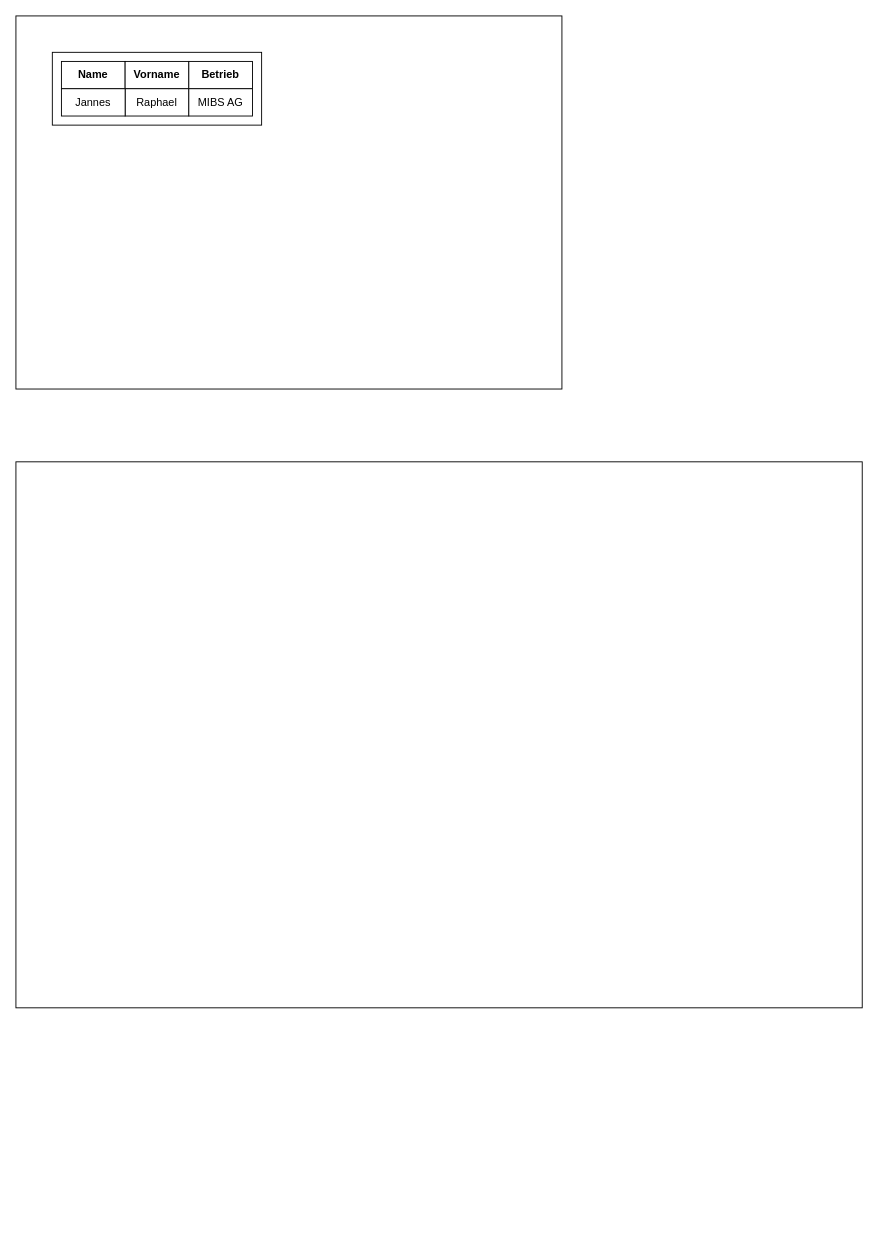
Raaphaaa/UI5-Playground keeps this draw.io diagram as Mockup.drawio. Above is the earlier version. Source tidied: cells renumbered, new cells numbered last; positions are measured from the earlier drawing's top-left corner, leaving out a move shared by most shapes. Both pictures are drawn from the tidied source at 91%, with x=0, y=0 at pixel (15, 15).
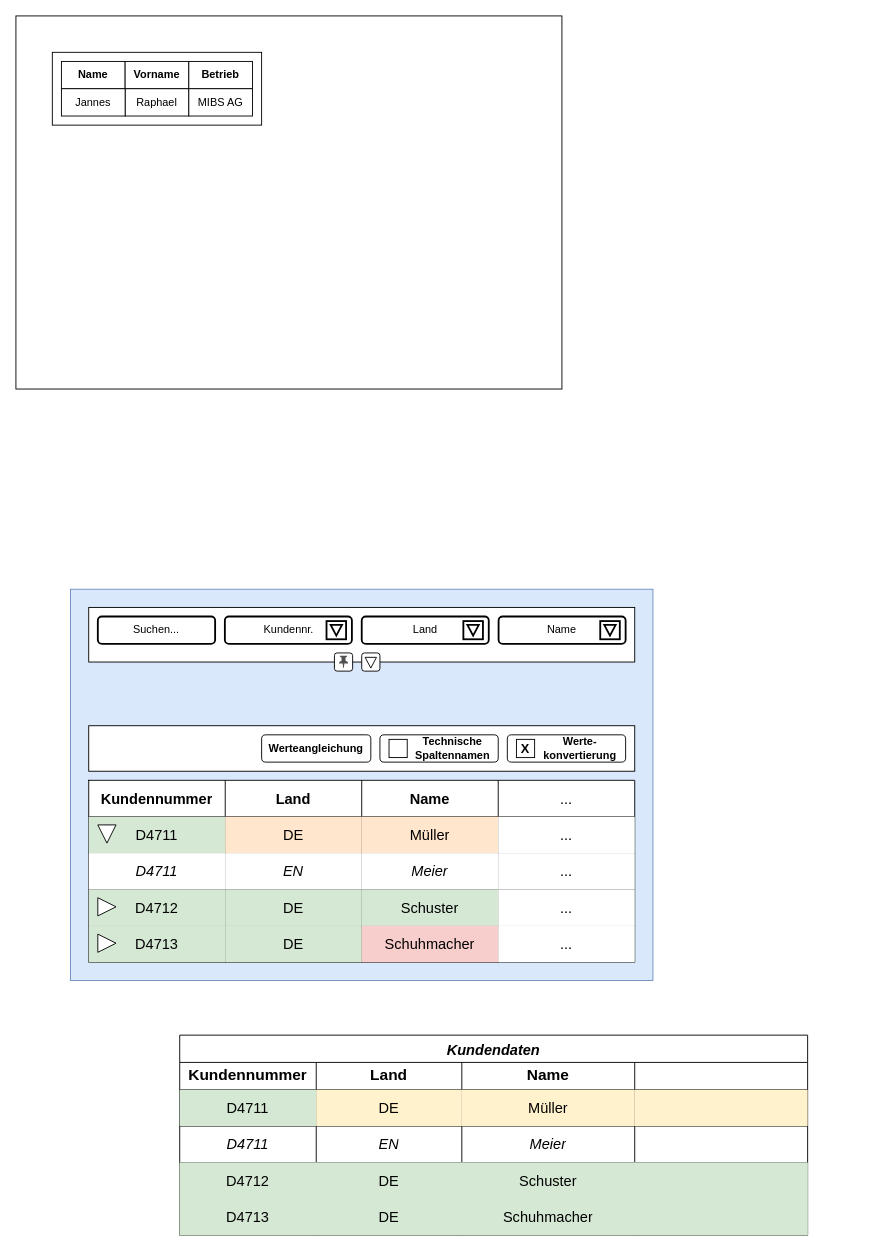
The same diagram, later.

What changed in the source:
```diff
@@
+    <mxCell id="11" style="rounded=0;whiteSpace=wrap;html=1;fillColor=#dae8fc;strokeColor=#6c8ebf;" parent="1" vertex="1">
+      <mxGeometry x="60" y="630" width="640" height="430" as="geometry" />
+    </mxCell>
@@
-    <mxCell id="10" style="rounded=0;whiteSpace=wrap;html=1;" parent="1" vertex="1">
-      <mxGeometry y="490" width="930" height="600" as="geometry" />
-    </mxCell>
+    <mxCell id="12" value="Kundendaten" style="shape=table;startSize=30;childLayout=tableLayout;fontSize=16;rounded=0;labelPosition=center;verticalLabelPosition=middle;align=center;verticalAlign=middle;fontStyle=3;" parent="1" vertex="1">
+      <mxGeometry x="180" y="1120" width="690" height="220" as="geometry" />
+    </mxCell>
+    <mxCell id="13" style="shape=tableRow;horizontal=0;startSize=0;swimlaneHead=0;swimlaneBody=0;top=0;left=0;bottom=0;right=0;fontSize=17;fontStyle=1;fillColor=none;" parent="12" vertex="1">
+      <mxGeometry y="30" width="690" height="30" as="geometry" />
+    </mxCell>
+    <mxCell id="14" value="Kundennummer" style="shape=partialRectangle;html=1;whiteSpace=wrap;overflow=hidden;top=0;left=0;bottom=0;right=0;fontSize=17;fontStyle=1;fillColor=none;" parent="13" vertex="1">
+      <mxGeometry width="150" height="30" as="geometry" />
+    </mxCell>
+    <mxCell id="15" value="Land" style="shape=partialRectangle;html=1;whiteSpace=wrap;overflow=hidden;top=0;left=0;bottom=0;right=0;fontSize=17;fontStyle=1;fillColor=none;" parent="13" vertex="1">
+      <mxGeometry x="150" width="160" height="30" as="geometry" />
+    </mxCell>
+    <mxCell id="16" value="Name" style="shape=partialRectangle;html=1;whiteSpace=wrap;overflow=hidden;top=0;left=0;bottom=0;right=0;fontSize=17;fontStyle=1;fillColor=none;" parent="13" vertex="1">
+      <mxGeometry x="310" width="190" height="30" as="geometry" />
+    </mxCell>
+    <mxCell id="17" style="shape=partialRectangle;html=1;whiteSpace=wrap;overflow=hidden;top=0;left=0;bottom=0;right=0;fontSize=17;fontStyle=1;fillColor=none;" parent="13" vertex="1">
+      <mxGeometry x="500" width="190" height="30" as="geometry" />
+    </mxCell>
+    <mxCell id="18" style="shape=tableRow;horizontal=0;startSize=0;swimlaneHead=0;swimlaneBody=0;strokeColor=inherit;top=0;left=0;bottom=0;right=0;fillColor=none;fontSize=16;" parent="12" vertex="1">
+      <mxGeometry y="60" width="690" height="40" as="geometry" />
+    </mxCell>
+    <mxCell id="19" value="D4711" style="shape=partialRectangle;html=1;whiteSpace=wrap;strokeColor=#82b366;overflow=hidden;fillColor=#d5e8d4;top=0;left=0;bottom=0;right=0;fontSize=16;" parent="18" vertex="1">
+      <mxGeometry width="150" height="40" as="geometry" />
+    </mxCell>
+    <mxCell id="20" value="DE" style="shape=partialRectangle;html=1;whiteSpace=wrap;strokeColor=#d6b656;overflow=hidden;fillColor=#fff2cc;top=0;left=0;bottom=0;right=0;fontSize=16;" parent="18" vertex="1">
+      <mxGeometry x="150" width="160" height="40" as="geometry" />
+    </mxCell>
+    <mxCell id="21" value="Müller" style="shape=partialRectangle;html=1;whiteSpace=wrap;strokeColor=#97D077;overflow=hidden;fillColor=#fff2cc;top=0;left=0;bottom=0;right=0;fontSize=16;labelBorderColor=none;" parent="18" vertex="1">
+      <mxGeometry x="310" width="190" height="40" as="geometry" />
+    </mxCell>
+    <mxCell id="22" style="shape=partialRectangle;html=1;whiteSpace=wrap;strokeColor=#97D077;overflow=hidden;fillColor=#fff2cc;top=0;left=0;bottom=0;right=0;fontSize=16;labelBorderColor=none;" parent="18" vertex="1">
+      <mxGeometry x="500" width="190" height="40" as="geometry" />
+    </mxCell>
+    <mxCell id="23" style="shape=tableRow;horizontal=0;startSize=0;swimlaneHead=0;swimlaneBody=0;strokeColor=inherit;top=0;left=0;bottom=0;right=0;fillColor=none;fontSize=16;fontStyle=2;" parent="12" vertex="1">
+      <mxGeometry y="100" width="690" height="40" as="geometry" />
+    </mxCell>
+    <mxCell id="24" value="D4711" style="shape=partialRectangle;html=1;whiteSpace=wrap;strokeColor=inherit;overflow=hidden;fillColor=none;top=0;left=0;bottom=0;right=0;fontSize=16;fontStyle=2;" parent="23" vertex="1">
+      <mxGeometry width="150" height="40" as="geometry" />
+    </mxCell>
+    <mxCell id="25" value="EN" style="shape=partialRectangle;html=1;whiteSpace=wrap;strokeColor=inherit;overflow=hidden;fillColor=none;top=0;left=0;bottom=0;right=0;fontSize=16;fontStyle=2;" parent="23" vertex="1">
+      <mxGeometry x="150" width="160" height="40" as="geometry" />
+    </mxCell>
+    <mxCell id="26" value="Meier" style="shape=partialRectangle;html=1;whiteSpace=wrap;strokeColor=inherit;overflow=hidden;fillColor=none;top=0;left=0;bottom=0;right=0;fontSize=16;fontStyle=2;" parent="23" vertex="1">
+      <mxGeometry x="310" width="190" height="40" as="geometry" />
+    </mxCell>
+    <mxCell id="27" style="shape=partialRectangle;html=1;whiteSpace=wrap;strokeColor=inherit;overflow=hidden;fillColor=none;top=0;left=0;bottom=0;right=0;fontSize=16;fontStyle=2;" parent="23" vertex="1">
+      <mxGeometry x="500" width="190" height="40" as="geometry" />
+    </mxCell>
+    <mxCell id="28" style="shape=tableRow;horizontal=0;startSize=0;swimlaneHead=0;swimlaneBody=0;strokeColor=#82b366;top=0;left=0;bottom=0;right=0;fillColor=#d5e8d4;fontSize=16;" parent="12" vertex="1">
+      <mxGeometry y="140" width="690" height="40" as="geometry" />
+    </mxCell>
+    <mxCell id="29" value="D4712" style="shape=partialRectangle;html=1;whiteSpace=wrap;strokeColor=#82b366;overflow=hidden;fillColor=#d5e8d4;top=0;left=0;bottom=0;right=0;fontSize=16;" parent="28" vertex="1">
+      <mxGeometry width="150" height="40" as="geometry" />
+    </mxCell>
+    <mxCell id="30" value="DE" style="shape=partialRectangle;html=1;whiteSpace=wrap;strokeColor=#82b366;overflow=hidden;fillColor=#d5e8d4;top=0;left=0;bottom=0;right=0;fontSize=16;" parent="28" vertex="1">
+      <mxGeometry x="150" width="160" height="40" as="geometry" />
+    </mxCell>
+    <mxCell id="31" value="Schuster" style="shape=partialRectangle;html=1;whiteSpace=wrap;strokeColor=#82b366;overflow=hidden;fillColor=#d5e8d4;top=0;left=0;bottom=0;right=0;fontSize=16;" parent="28" vertex="1">
+      <mxGeometry x="310" width="190" height="40" as="geometry" />
+    </mxCell>
+    <mxCell id="32" style="shape=partialRectangle;html=1;whiteSpace=wrap;strokeColor=#82b366;overflow=hidden;fillColor=#d5e8d4;top=0;left=0;bottom=0;right=0;fontSize=16;" parent="28" vertex="1">
+      <mxGeometry x="500" width="190" height="40" as="geometry" />
+    </mxCell>
+    <mxCell id="33" style="shape=tableRow;horizontal=0;startSize=0;swimlaneHead=0;swimlaneBody=0;strokeColor=#82b366;top=0;left=0;bottom=0;right=0;fillColor=#d5e8d4;fontSize=16;" parent="12" vertex="1">
+      <mxGeometry y="180" width="690" height="40" as="geometry" />
+    </mxCell>
+    <mxCell id="34" value="D4713" style="shape=partialRectangle;html=1;whiteSpace=wrap;strokeColor=#82b366;overflow=hidden;fillColor=#d5e8d4;top=0;left=0;bottom=0;right=0;fontSize=16;" parent="33" vertex="1">
+      <mxGeometry width="150" height="40" as="geometry" />
+    </mxCell>
+    <mxCell id="35" value="DE" style="shape=partialRectangle;html=1;whiteSpace=wrap;strokeColor=#82b366;overflow=hidden;fillColor=#d5e8d4;top=0;left=0;bottom=0;right=0;fontSize=16;" parent="33" vertex="1">
+      <mxGeometry x="150" width="160" height="40" as="geometry" />
+    </mxCell>
+    <mxCell id="36" value="Schuhmacher" style="shape=partialRectangle;html=1;whiteSpace=wrap;strokeColor=#82b366;overflow=hidden;fillColor=#d5e8d4;top=0;left=0;bottom=0;right=0;fontSize=16;" parent="33" vertex="1">
+      <mxGeometry x="310" width="190" height="40" as="geometry" />
+    </mxCell>
+    <mxCell id="37" style="shape=partialRectangle;html=1;whiteSpace=wrap;strokeColor=#82b366;overflow=hidden;fillColor=#d5e8d4;top=0;left=0;bottom=0;right=0;fontSize=16;" parent="33" vertex="1">
+      <mxGeometry x="500" width="190" height="40" as="geometry" />
+    </mxCell>
+    <mxCell id="38" style="shape=table;startSize=0;childLayout=tableLayout;fontSize=16;swimlaneFillColor=none;rounded=0;" parent="1" vertex="1">
+      <mxGeometry x="80" y="840" width="600" height="200" as="geometry" />
+    </mxCell>
+    <mxCell id="39" style="shape=tableRow;horizontal=0;startSize=0;swimlaneHead=0;swimlaneBody=0;strokeColor=inherit;top=0;left=0;bottom=0;right=0;fillColor=none;fontSize=16;" parent="38" vertex="1">
+      <mxGeometry width="600" height="40" as="geometry" />
+    </mxCell>
+    <mxCell id="40" value="Kundennummer" style="shape=partialRectangle;html=1;whiteSpace=wrap;strokeColor=inherit;overflow=hidden;fillColor=none;top=0;left=0;bottom=0;right=0;fontSize=16;fontStyle=1;" parent="39" vertex="1">
+      <mxGeometry width="150" height="40" as="geometry" />
+    </mxCell>
+    <mxCell id="41" value="Land" style="shape=partialRectangle;html=1;whiteSpace=wrap;strokeColor=inherit;overflow=hidden;fillColor=none;top=0;left=0;bottom=0;right=0;fontSize=16;fontStyle=1;" parent="39" vertex="1">
+      <mxGeometry x="150" width="150" height="40" as="geometry" />
+    </mxCell>
+    <mxCell id="42" value="Name" style="shape=partialRectangle;html=1;whiteSpace=wrap;strokeColor=inherit;overflow=hidden;fillColor=none;top=0;left=0;bottom=0;right=0;fontSize=16;fontStyle=1;" parent="39" vertex="1">
+      <mxGeometry x="300" width="150" height="40" as="geometry" />
+    </mxCell>
+    <mxCell id="43" value="..." style="shape=partialRectangle;html=1;whiteSpace=wrap;strokeColor=inherit;overflow=hidden;fillColor=none;top=0;left=0;bottom=0;right=0;fontSize=16;" parent="39" vertex="1">
+      <mxGeometry x="450" width="150" height="40" as="geometry" />
+    </mxCell>
+    <mxCell id="44" style="shape=tableRow;horizontal=0;startSize=0;swimlaneHead=0;swimlaneBody=0;strokeColor=inherit;top=0;left=0;bottom=0;right=0;fillColor=none;fontSize=16;" parent="38" vertex="1">
+      <mxGeometry y="40" width="600" height="40" as="geometry" />
+    </mxCell>
+    <mxCell id="45" value="D4711" style="shape=partialRectangle;html=1;whiteSpace=wrap;strokeColor=#82b366;overflow=hidden;fillColor=#d5e8d4;top=0;left=0;bottom=0;right=0;fontSize=16;" parent="44" vertex="1">
+      <mxGeometry width="150" height="40" as="geometry" />
+    </mxCell>
+    <mxCell id="46" value="DE" style="shape=partialRectangle;html=1;whiteSpace=wrap;strokeColor=#d79b00;overflow=hidden;fillColor=#ffe6cc;top=0;left=0;bottom=0;right=0;fontSize=16;" parent="44" vertex="1">
+      <mxGeometry x="150" width="150" height="40" as="geometry" />
+    </mxCell>
+    <mxCell id="47" value="Müller" style="shape=partialRectangle;html=1;whiteSpace=wrap;strokeColor=#d79b00;overflow=hidden;fillColor=#ffe6cc;top=0;left=0;bottom=0;right=0;fontSize=16;" parent="44" vertex="1">
+      <mxGeometry x="300" width="150" height="40" as="geometry" />
+    </mxCell>
+    <mxCell id="48" value="..." style="shape=partialRectangle;html=1;whiteSpace=wrap;overflow=hidden;top=0;left=0;bottom=0;right=0;fontSize=16;" parent="44" vertex="1">
+      <mxGeometry x="450" width="150" height="40" as="geometry" />
+    </mxCell>
+    <mxCell id="49" style="shape=tableRow;horizontal=0;startSize=0;swimlaneHead=0;swimlaneBody=0;strokeColor=inherit;top=0;left=0;bottom=0;right=0;fillColor=none;fontSize=16;" parent="38" vertex="1">
+      <mxGeometry y="80" width="600" height="40" as="geometry" />
+    </mxCell>
+    <mxCell id="50" value="D4711" style="shape=partialRectangle;html=1;whiteSpace=wrap;overflow=hidden;top=0;left=0;bottom=0;right=0;fontSize=16;fontStyle=2;" parent="49" vertex="1">
+      <mxGeometry width="150" height="40" as="geometry" />
+    </mxCell>
+    <mxCell id="51" value="EN" style="shape=partialRectangle;html=1;whiteSpace=wrap;overflow=hidden;top=0;left=0;bottom=0;right=0;fontSize=16;fontStyle=2;" parent="49" vertex="1">
+      <mxGeometry x="150" width="150" height="40" as="geometry" />
+    </mxCell>
+    <mxCell id="52" value="Meier" style="shape=partialRectangle;html=1;whiteSpace=wrap;overflow=hidden;top=0;left=0;bottom=0;right=0;fontSize=16;fontStyle=2;" parent="49" vertex="1">
+      <mxGeometry x="300" width="150" height="40" as="geometry" />
+    </mxCell>
+    <mxCell id="53" value="..." style="shape=partialRectangle;html=1;whiteSpace=wrap;overflow=hidden;top=0;left=0;bottom=0;right=0;fontSize=16;" parent="49" vertex="1">
+      <mxGeometry x="450" width="150" height="40" as="geometry" />
+    </mxCell>
+    <mxCell id="54" style="shape=tableRow;horizontal=0;startSize=0;swimlaneHead=0;swimlaneBody=0;strokeColor=inherit;top=0;left=0;bottom=0;right=0;fillColor=none;fontSize=16;" parent="38" vertex="1">
+      <mxGeometry y="120" width="600" height="40" as="geometry" />
+    </mxCell>
+    <mxCell id="55" value="D4712" style="shape=partialRectangle;html=1;whiteSpace=wrap;strokeColor=#82b366;overflow=hidden;fillColor=#d5e8d4;top=0;left=0;bottom=0;right=0;fontSize=16;" parent="54" vertex="1">
+      <mxGeometry width="150" height="40" as="geometry" />
+    </mxCell>
+    <mxCell id="56" value="DE" style="shape=partialRectangle;html=1;whiteSpace=wrap;strokeColor=#82b366;overflow=hidden;fillColor=#d5e8d4;top=0;left=0;bottom=0;right=0;fontSize=16;" parent="54" vertex="1">
+      <mxGeometry x="150" width="150" height="40" as="geometry" />
+    </mxCell>
+    <mxCell id="57" value="Schuster" style="shape=partialRectangle;html=1;whiteSpace=wrap;strokeColor=#82b366;overflow=hidden;fillColor=#d5e8d4;top=0;left=0;bottom=0;right=0;fontSize=16;" parent="54" vertex="1">
+      <mxGeometry x="300" width="150" height="40" as="geometry" />
+    </mxCell>
+    <mxCell id="58" value="..." style="shape=partialRectangle;html=1;whiteSpace=wrap;overflow=hidden;top=0;left=0;bottom=0;right=0;fontSize=16;" parent="54" vertex="1">
+      <mxGeometry x="450" width="150" height="40" as="geometry" />
+    </mxCell>
+    <mxCell id="59" style="shape=tableRow;horizontal=0;startSize=0;swimlaneHead=0;swimlaneBody=0;strokeColor=inherit;top=0;left=0;bottom=0;right=0;fillColor=none;fontSize=16;" parent="38" vertex="1">
+      <mxGeometry y="160" width="600" height="40" as="geometry" />
+    </mxCell>
+    <mxCell id="60" value="D4713" style="shape=partialRectangle;html=1;whiteSpace=wrap;strokeColor=#82b366;overflow=hidden;fillColor=#d5e8d4;top=0;left=0;bottom=0;right=0;fontSize=16;" parent="59" vertex="1">
+      <mxGeometry width="150" height="40" as="geometry" />
+    </mxCell>
+    <mxCell id="61" value="DE" style="shape=partialRectangle;html=1;whiteSpace=wrap;strokeColor=#82b366;overflow=hidden;fillColor=#d5e8d4;top=0;left=0;bottom=0;right=0;fontSize=16;" parent="59" vertex="1">
+      <mxGeometry x="150" width="150" height="40" as="geometry" />
+    </mxCell>
+    <mxCell id="62" value="Schuhmacher" style="shape=partialRectangle;html=1;whiteSpace=wrap;strokeColor=#b85450;overflow=hidden;fillColor=#f8cecc;top=0;left=0;bottom=0;right=0;fontSize=16;" parent="59" vertex="1">
+      <mxGeometry x="300" width="150" height="40" as="geometry" />
+    </mxCell>
+    <mxCell id="63" value="..." style="shape=partialRectangle;html=1;whiteSpace=wrap;overflow=hidden;top=0;left=0;bottom=0;right=0;fontSize=16;" parent="59" vertex="1">
+      <mxGeometry x="450" width="150" height="40" as="geometry" />
+    </mxCell>
+    <mxCell id="64" style="triangle;whiteSpace=wrap;html=1;rotation=90;" parent="1" vertex="1">
+      <mxGeometry x="90" y="889" width="20" height="20" as="geometry" />
+    </mxCell>
+    <mxCell id="65" style="triangle;whiteSpace=wrap;html=1;rotation=0;" parent="1" vertex="1">
+      <mxGeometry x="90" y="969" width="20" height="20" as="geometry" />
+    </mxCell>
+    <mxCell id="66" style="triangle;whiteSpace=wrap;html=1;rotation=0;" parent="1" vertex="1">
+      <mxGeometry x="90" y="1009" width="20" height="20" as="geometry" />
+    </mxCell>
+    <mxCell id="67" style="group;" parent="1" vertex="1">
+      <mxGeometry x="80" y="780" width="600" height="50" as="geometry" />
+    </mxCell>
+    <mxCell id="68" style="rounded=0;whiteSpace=wrap;html=1;" parent="67" vertex="1">
+      <mxGeometry width="600" height="50" as="geometry" />
+    </mxCell>
+    <mxCell id="69" style="group;" parent="67" vertex="1">
+      <mxGeometry x="200" y="10" width="390" height="30" as="geometry" />
+    </mxCell>
+    <mxCell id="70" value="&lt;b&gt;Werteangleichung&lt;/b&gt;" style="rounded=1;whiteSpace=wrap;html=1;" parent="69" vertex="1">
+      <mxGeometry x="-10" width="120" height="30" as="geometry" />
+    </mxCell>
+    <mxCell id="71" style="group;" parent="69" vertex="1">
+      <mxGeometry x="120" width="130" height="30" as="geometry" />
+    </mxCell>
+    <mxCell id="72" style="rounded=1;whiteSpace=wrap;html=1;" parent="71" vertex="1">
+      <mxGeometry width="130" height="30" as="geometry" />
+    </mxCell>
+    <mxCell id="73" style="rounded=0;whiteSpace=wrap;html=1;" parent="71" vertex="1">
+      <mxGeometry x="10" y="5" width="20" height="20" as="geometry" />
+    </mxCell>
+    <mxCell id="74" value="&lt;b&gt;Technische Spaltennamen&lt;/b&gt;" style="text;html=1;whiteSpace=wrap;strokeColor=none;fillColor=none;align=center;verticalAlign=middle;rounded=0;" parent="71" vertex="1">
+      <mxGeometry x="30" width="100" height="30" as="geometry" />
+    </mxCell>
+    <mxCell id="75" style="group;" parent="69" vertex="1">
+      <mxGeometry x="260" width="130" height="30" as="geometry" />
+    </mxCell>
+    <mxCell id="76" style="rounded=1;whiteSpace=wrap;html=1;" parent="75" vertex="1">
+      <mxGeometry width="130" height="30" as="geometry" />
+    </mxCell>
+    <mxCell id="77" value="&lt;font style=&quot;font-size: 14px;&quot;&gt;&lt;b style=&quot;&quot;&gt;X&lt;/b&gt;&lt;/font&gt;" style="rounded=0;whiteSpace=wrap;html=1;" parent="75" vertex="1">
+      <mxGeometry x="10" y="5" width="20" height="20" as="geometry" />
+    </mxCell>
+    <mxCell id="78" value="&lt;b&gt;Werte-konvertierung&lt;/b&gt;" style="text;html=1;whiteSpace=wrap;strokeColor=none;fillColor=none;align=center;verticalAlign=middle;rounded=0;" parent="75" vertex="1">
+      <mxGeometry x="30" width="100" height="30" as="geometry" />
+    </mxCell>
+    <mxCell id="79" style="rounded=0;whiteSpace=wrap;html=1;" parent="1" vertex="1">
+      <mxGeometry x="80" y="650" width="600" height="60" as="geometry" />
+    </mxCell>
+    <mxCell id="80" style="group;" parent="1" vertex="1">
+      <mxGeometry x="90" y="660" width="580" height="30" as="geometry" />
+    </mxCell>
+    <mxCell id="81" value="Suchen..." style="rounded=1;whiteSpace=wrap;html=1;strokeWidth=2;" parent="80" vertex="1">
+      <mxGeometry width="128.9" height="30" as="geometry" />
+    </mxCell>
+    <mxCell id="82" value="Kundennr." style="rounded=1;whiteSpace=wrap;html=1;strokeWidth=2;" parent="80" vertex="1">
+      <mxGeometry x="139.6" width="139.6" height="30" as="geometry" />
+    </mxCell>
+    <mxCell id="83" style="rounded=0;whiteSpace=wrap;html=1;strokeWidth=2;" parent="80" vertex="1">
+      <mxGeometry x="251.3" y="5" width="21.5" height="20" as="geometry" />
+    </mxCell>
+    <mxCell id="84" style="triangle;whiteSpace=wrap;html=1;rotation=90;strokeWidth=2;" parent="80" vertex="1">
+      <mxGeometry x="256.2" y="8.8" width="11.8" height="12.5" as="geometry" />
+    </mxCell>
+    <mxCell id="85" value="Land" style="rounded=1;whiteSpace=wrap;html=1;strokeWidth=2;" parent="80" vertex="1">
+      <mxGeometry x="290" width="139.6" height="30" as="geometry" />
+    </mxCell>
+    <mxCell id="86" style="rounded=0;whiteSpace=wrap;html=1;strokeWidth=2;" parent="80" vertex="1">
+      <mxGeometry x="401.7" y="5" width="21.5" height="20" as="geometry" />
+    </mxCell>
+    <mxCell id="87" style="triangle;whiteSpace=wrap;html=1;rotation=90;strokeWidth=2;" parent="80" vertex="1">
+      <mxGeometry x="406.5" y="8.8" width="11.8" height="12.5" as="geometry" />
+    </mxCell>
+    <mxCell id="88" value="Name" style="rounded=1;whiteSpace=wrap;html=1;strokeWidth=2;" parent="80" vertex="1">
+      <mxGeometry x="440.4" width="139.6" height="30" as="geometry" />
+    </mxCell>
+    <mxCell id="89" style="rounded=0;whiteSpace=wrap;html=1;strokeWidth=2;" parent="80" vertex="1">
+      <mxGeometry x="552.1" y="5" width="21.5" height="20" as="geometry" />
+    </mxCell>
+    <mxCell id="90" style="triangle;whiteSpace=wrap;html=1;rotation=90;strokeWidth=2;" parent="80" vertex="1">
+      <mxGeometry x="556.9" y="8.8" width="11.8" height="12.5" as="geometry" />
+    </mxCell>
+    <mxCell id="91" style="rounded=1;whiteSpace=wrap;html=1;" parent="1" vertex="1">
+      <mxGeometry x="350" y="700" width="20" height="20" as="geometry" />
+    </mxCell>
+    <mxCell id="92" style="rounded=1;whiteSpace=wrap;html=1;" parent="1" vertex="1">
+      <mxGeometry x="380" y="700" width="20" height="20" as="geometry" />
+    </mxCell>
+    <mxCell id="93" style="sketch=0;shadow=0;dashed=0;html=1;strokeColor=none;fillColor=#505050;labelPosition=center;verticalLabelPosition=bottom;verticalAlign=top;align=center;shape=mxgraph.office.concepts.pin;" parent="1" vertex="1">
+      <mxGeometry x="355" y="703" width="10" height="14" as="geometry" />
+    </mxCell>
+    <mxCell id="94" style="triangle;whiteSpace=wrap;html=1;rotation=90;strokeWidth=1;" parent="1" vertex="1">
+      <mxGeometry x="384.1" y="704.5" width="11.8" height="12.5" as="geometry" />
+    </mxCell>
```
